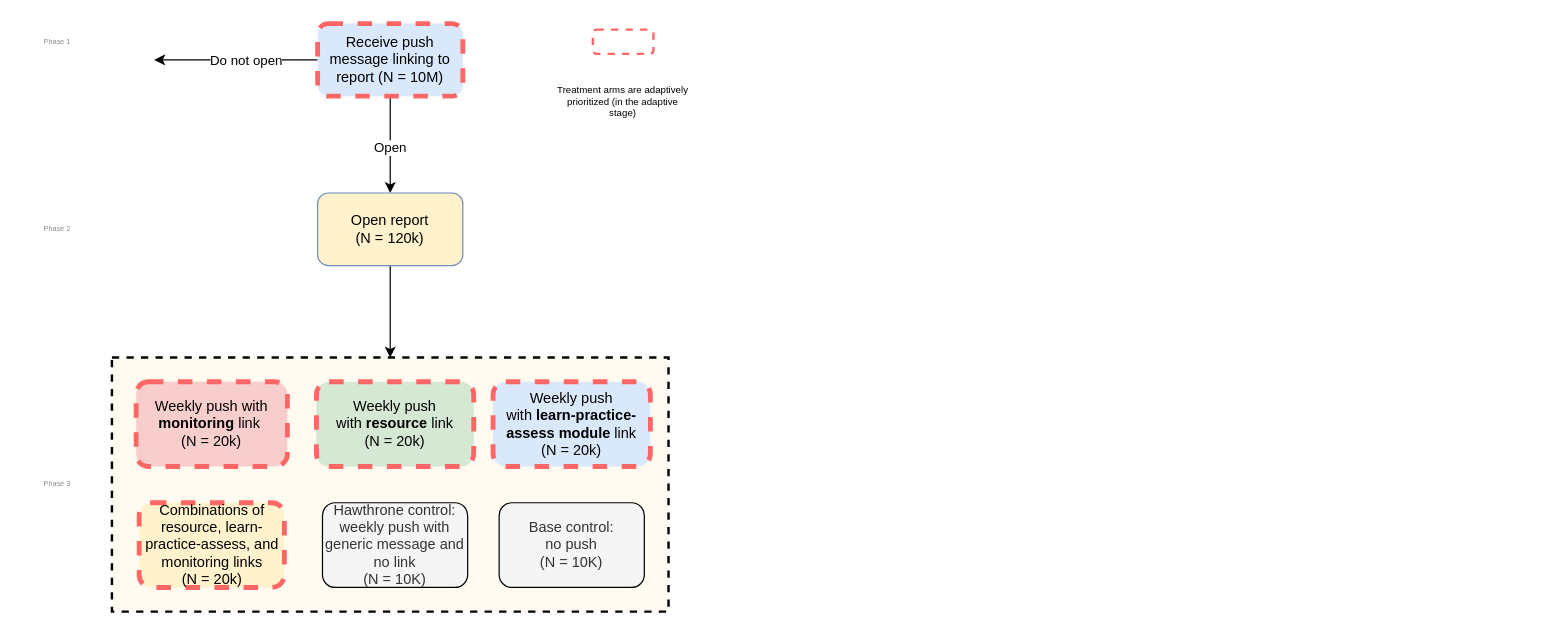
henrishi/drawio keeps this draw.io diagram as parent_nudge_stages.drawio. Above is the earlier version. Source tidied: cells renumbered, new cells numbered last; positions are measured from the earlier drawing's top-left corner, leaving out a move shared by most shapes. Both pictures are drawn from the tidied source at 121%, with x=0, y=0 at pixel (21, 23).
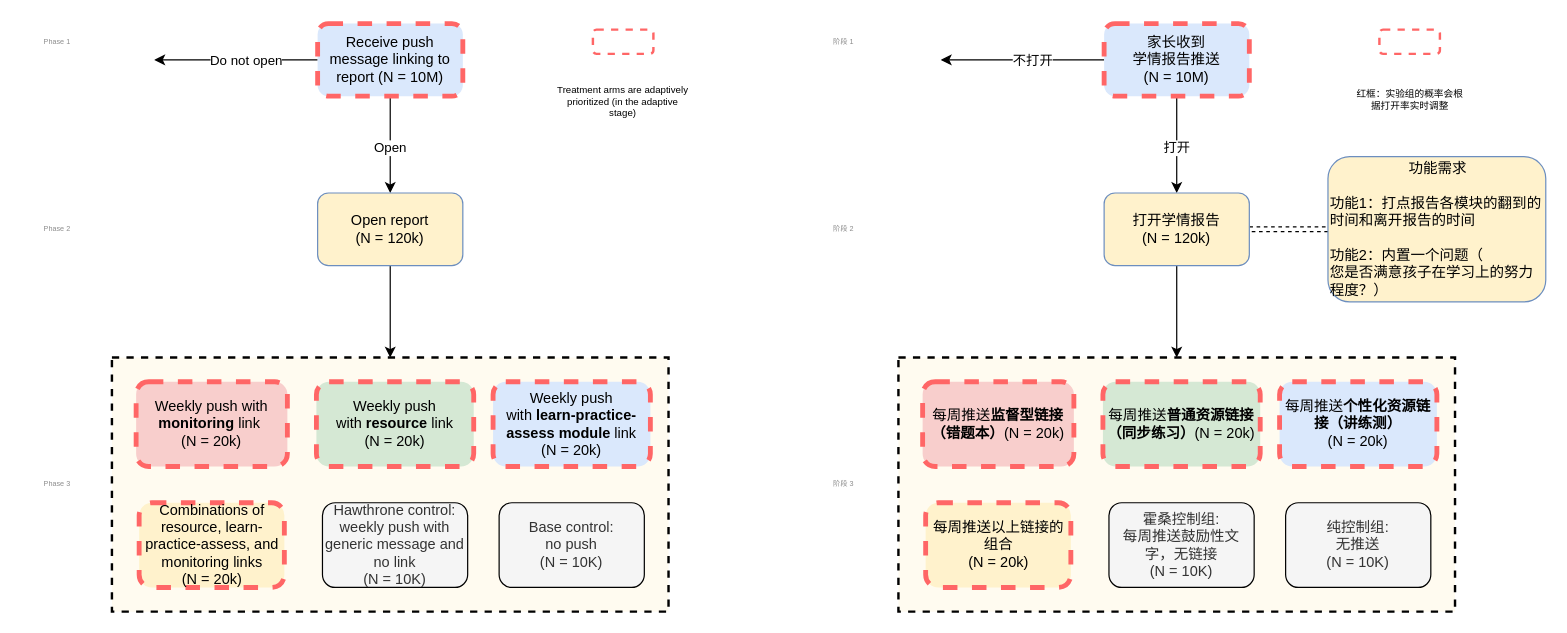
The same diagram, later.

Change to the diagram source:
```diff
@@
+    <mxCell id="22" style="edgeStyle=orthogonalEdgeStyle;rounded=0;jettySize=auto;html=1;entryX=0.5;entryY=0;entryDx=0;entryDy=0;" parent="1" edge="1" source="26" target="29">
+      <mxGeometry relative="1" as="geometry" />
+    </mxCell>
+    <mxCell id="23" value="打开" style="edgeLabel;html=1;align=center;verticalAlign=middle;" parent="22" vertex="1">
+      <mxGeometry x="0.06" y="-1" relative="1" as="geometry" />
+    </mxCell>
+    <mxCell id="24" style="edgeStyle=orthogonalEdgeStyle;rounded=0;jettySize=auto;html=1;" parent="1" edge="1" source="26">
+      <mxGeometry relative="1" as="geometry">
+        <mxPoint x="760" y="30" as="targetPoint" />
+      </mxGeometry>
+    </mxCell>
+    <mxCell id="25" value="不打开" style="edgeLabel;html=1;align=center;verticalAlign=middle;" parent="24" vertex="1">
+      <mxGeometry x="-0.12" relative="1" as="geometry" />
+    </mxCell>
+    <mxCell id="26" value="家长收到&lt;br&gt;学情报告推送&lt;br&gt;(N = 10M)" style="rounded=1;whiteSpace=wrap;html=1;fillColor=#dae8fc;dashed=1;strokeColor=#FF6666;strokeWidth=4;" parent="1" vertex="1">
+      <mxGeometry x="895" width="120" height="60" as="geometry" />
+    </mxCell>
+    <mxCell id="27" style="edgeStyle=orthogonalEdgeStyle;rounded=0;jettySize=auto;html=1;entryX=0.5;entryY=0;entryDx=0;entryDy=0;" parent="1" edge="1" source="29" target="36">
+      <mxGeometry relative="1" as="geometry" />
+    </mxCell>
+    <mxCell id="28" style="edgeStyle=orthogonalEdgeStyle;rounded=0;jettySize=auto;html=1;exitX=1;exitY=0.5;exitDx=0;exitDy=0;entryX=0;entryY=0.5;entryDx=0;entryDy=0;shape=link;dashed=1;" parent="1" edge="1" source="29" target="43">
+      <mxGeometry relative="1" as="geometry" />
+    </mxCell>
+    <mxCell id="29" value="打开学情报告&lt;br&gt;(N = 120k)" style="rounded=1;whiteSpace=wrap;html=1;strokeColor=#6c8ebf;fillColor=#FFF2CC;" parent="1" vertex="1">
+      <mxGeometry x="895" y="140" width="120" height="60" as="geometry" />
+    </mxCell>
+    <mxCell id="30" style="rounded=1;whiteSpace=wrap;html=1;dashed=1;strokeColor=#FF6666;strokeWidth=2;" parent="1" vertex="1">
+      <mxGeometry x="1122.5" y="5" width="50" height="20" as="geometry" />
+    </mxCell>
+    <mxCell id="31" value="&lt;font style=&quot;font-size: 8px&quot;&gt;红框：实验组的概率会根据打开率实时调整&lt;/font&gt;" style="text;html=1;strokeColor=none;fillColor=none;align=center;verticalAlign=middle;whiteSpace=wrap;rounded=0;dashed=1;fontSize=6;" parent="1" vertex="1">
+      <mxGeometry x="1102.5" y="50" width="90" height="25" as="geometry" />
+    </mxCell>
+    <mxCell id="32" value="阶段 1" style="text;html=1;strokeColor=none;fillColor=none;align=center;verticalAlign=middle;whiteSpace=wrap;rounded=0;dashed=1;fontSize=6;fontColor=#8C8C8C;" parent="1" vertex="1">
+      <mxGeometry x="650" y="5" width="60" height="20" as="geometry" />
+    </mxCell>
+    <mxCell id="33" value="阶段 2" style="text;html=1;strokeColor=none;fillColor=none;align=center;verticalAlign=middle;whiteSpace=wrap;rounded=0;dashed=1;fontSize=6;fontColor=#8C8C8C;" parent="1" vertex="1">
+      <mxGeometry x="650" y="160" width="60" height="20" as="geometry" />
+    </mxCell>
+    <mxCell id="34" value="阶段 3" style="text;html=1;strokeColor=none;fillColor=none;align=center;verticalAlign=middle;whiteSpace=wrap;rounded=0;dashed=1;fontSize=6;fontColor=#8C8C8C;" parent="1" vertex="1">
+      <mxGeometry x="650" y="371" width="60" height="20" as="geometry" />
+    </mxCell>
+    <mxCell id="35" style="group;" parent="1" vertex="1">
+      <mxGeometry x="725" y="276" width="460" height="210" as="geometry" />
+    </mxCell>
+    <mxCell id="36" style="rounded=0;whiteSpace=wrap;html=1;strokeColor=#000000;strokeWidth=2;dashed=1;fillColor=#FFFBF0;" parent="35" vertex="1">
+      <mxGeometry width="460" height="210" as="geometry" />
+    </mxCell>
+    <mxCell id="37" value="每周推送&lt;b&gt;监督型链接（错题本）&lt;/b&gt;(N = 20k)" style="rounded=1;whiteSpace=wrap;html=1;fillColor=#f8cecc;dashed=1;strokeWidth=4;strokeColor=#FF6666;" parent="35" vertex="1">
+      <mxGeometry x="20" y="20" width="125" height="70" as="geometry" />
+    </mxCell>
+    <mxCell id="38" value="每周推送&lt;b&gt;普通资源链接（同步练习）&lt;/b&gt;(N = 20k)" style="rounded=1;whiteSpace=wrap;html=1;fillColor=#d5e8d4;dashed=1;strokeWidth=4;strokeColor=#FF6666;" parent="35" vertex="1">
+      <mxGeometry x="169" y="20" width="130" height="70" as="geometry" />
+    </mxCell>
+    <mxCell id="39" value="每周推送以上链接的组合&lt;br&gt;(N = 20k)" style="rounded=1;whiteSpace=wrap;html=1;fillColor=#fff2cc;strokeColor=#FF6666;dashed=1;strokeWidth=4;" parent="35" vertex="1">
+      <mxGeometry x="22.5" y="120" width="120" height="70" as="geometry" />
+    </mxCell>
+    <mxCell id="40" value="霍桑控制组:&lt;br&gt;每周推送鼓励性文字，无链接&lt;br&gt;(N = 10K)" style="rounded=1;whiteSpace=wrap;html=1;strokeWidth=1;fillColor=#f5f5f5;fontColor=#333333;" parent="35" vertex="1">
+      <mxGeometry x="174" y="120" width="120" height="70" as="geometry" />
+    </mxCell>
+    <mxCell id="41" value="纯控制组:&lt;br&gt;无推送&lt;br&gt;(N = 10K)" style="rounded=1;whiteSpace=wrap;html=1;fillColor=#f5f5f5;strokeWidth=1;fontColor=#333333;" parent="35" vertex="1">
+      <mxGeometry x="320" y="120" width="120" height="70" as="geometry" />
+    </mxCell>
+    <mxCell id="42" value="每周推送&lt;b&gt;个性化资源链接（讲练测）&lt;/b&gt;&lt;br&gt;(N = 20k)" style="rounded=1;whiteSpace=wrap;html=1;fillColor=#dae8fc;strokeWidth=4;dashed=1;strokeColor=#FF6666;" parent="35" vertex="1">
+      <mxGeometry x="315" y="20" width="130" height="70" as="geometry" />
+    </mxCell>
+    <mxCell id="43" value="&lt;div style=&quot;text-align: center&quot;&gt;&lt;span&gt;功能需求&lt;/span&gt;&lt;/div&gt;&lt;br&gt;功能1：打点报告各模块的翻到的时间和离开报告的时间&lt;br&gt;&lt;br&gt;功能2：内置一个问题（&lt;br&gt;您是否满意孩子在学习上的努力程度？）" style="rounded=1;whiteSpace=wrap;html=1;strokeColor=#6c8ebf;fillColor=#FFF2CC;align=left;" parent="1" vertex="1">
+      <mxGeometry x="1080" y="110" width="180" height="120" as="geometry" />
+    </mxCell>
```
